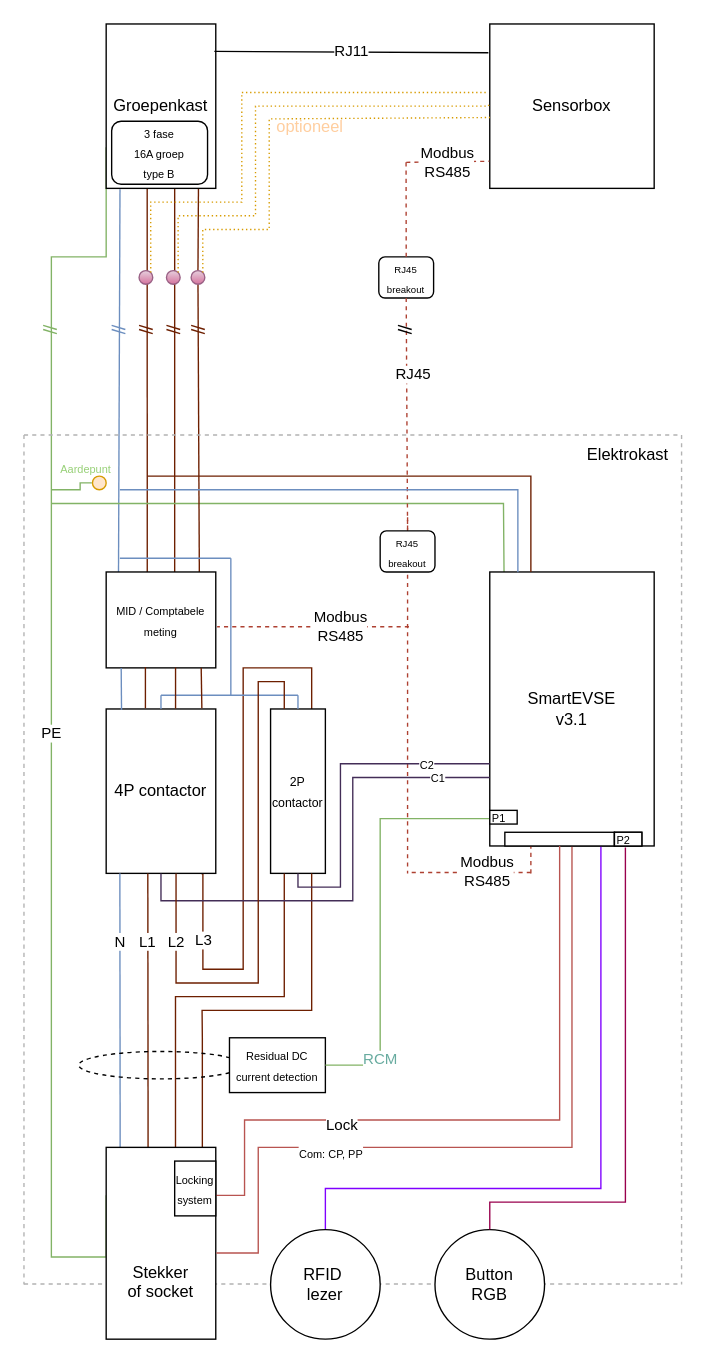
This is smart-evse/smartevse.drawio from SimonvanderMarel/DrawIO-stuff, a draw.io file, before an edit. Source tidied: cells renumbered, new cells numbered last; positions are measured from the earlier drawing's top-left corner, leaving out a move shared by most shapes. Both pictures are drawn from the tidied source at 137%, with x=0, y=0 at pixel (23, 23).
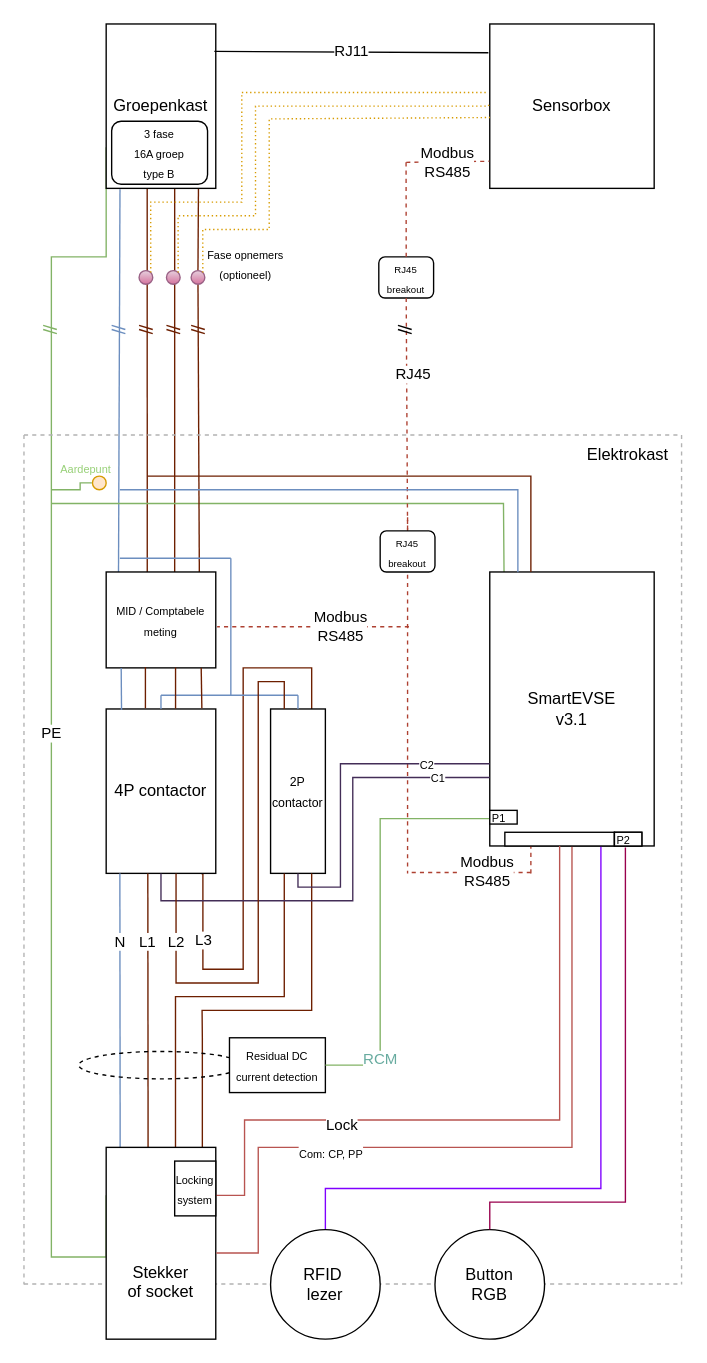
The same diagram, later.

Diff of the diagram source:
```diff
@@
-    <mxCell id="64" value="&lt;span style=&quot;color: rgb(255, 206, 159);&quot;&gt;optioneel&lt;/span&gt;" style="text;html=1;whiteSpace=wrap;strokeColor=none;fillColor=none;align=center;verticalAlign=middle;rounded=0;" parent="1" vertex="1">
-      <mxGeometry x="179" y="60" width="60" height="30" as="geometry" />
+    <mxCell id="64" value="&lt;font style=&quot;font-size: 8px;&quot;&gt;Fase opnemers&lt;br&gt;(optioneel)&lt;/font&gt;" style="text;html=1;whiteSpace=wrap;strokeColor=none;fillColor=none;align=center;verticalAlign=middle;rounded=0;" parent="1" vertex="1">
+      <mxGeometry x="132" y="160" width="60" height="30" as="geometry" />
     </mxCell>
```
